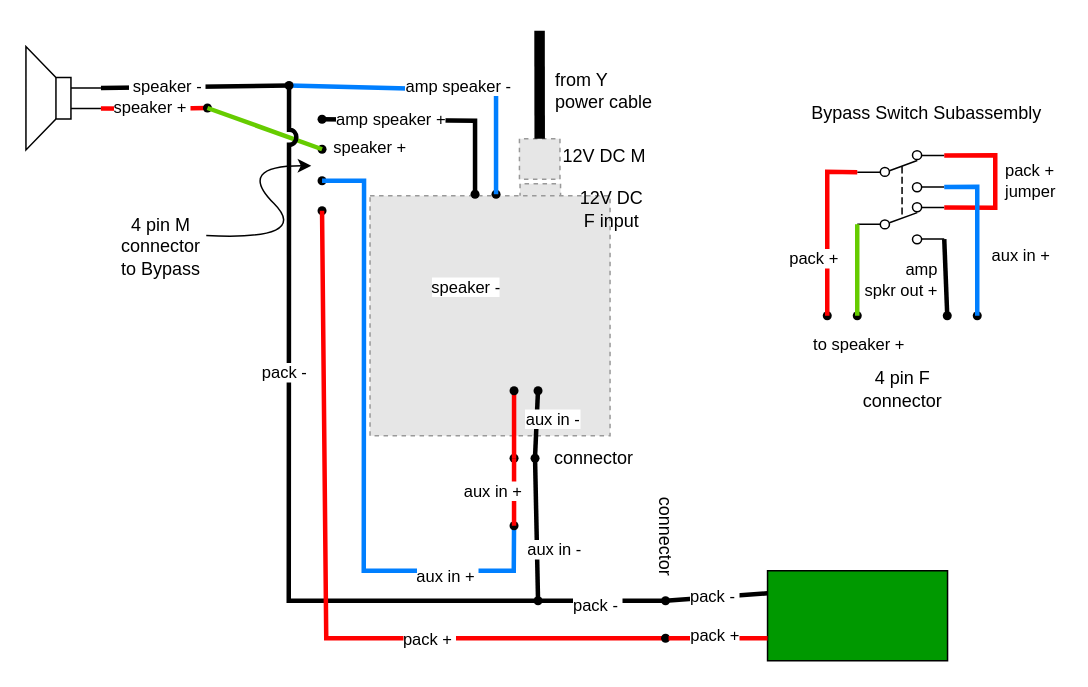
Above: amp-audio/Amp Audio.drawio in j5bot/proton-pack-wiring (draw.io), before the change. Source tidied: cells renumbered, new cells numbered last; positions are measured from the earlier drawing's top-left corner, leaving out a move shared by most shapes. Both pictures are drawn from the tidied source at 150%, with x=0, y=0 at pixel (26, 0). Pictures stored in the file or linked from it are replaced by grey dashed boxes.
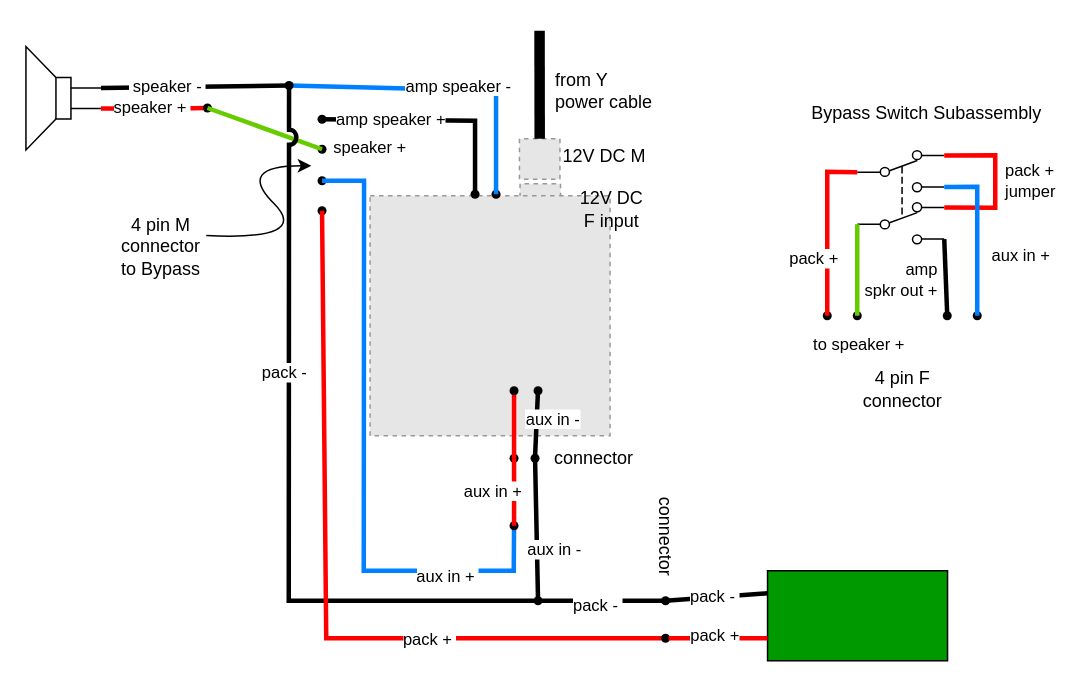
The same page after the edit.

The change refers to these unchanged cells:
```xml
<mxCell id="46" style="endArrow=none;html=1;rounded=0;exitX=1.05;exitY=0.3;exitDx=0;exitDy=0;exitPerimeter=0;entryX=0.35;entryY=0.25;entryDx=0;entryDy=0;entryPerimeter=0;strokeWidth=3;fontColor=#007FFF;strokeColor=#007FFF;" parent="1" edge="1" source="78">
  <mxGeometry relative="1" as="geometry">
    <mxPoint x="197.2" y="120" as="targetPoint" />
    <Array as="points">
      <mxPoint x="325" y="380" />
      <mxPoint x="225" y="380" />
      <mxPoint x="225.2" y="120" />
    </Array>
  </mxGeometry>
</mxCell>
```

Diff of the diagram source:
```diff
@@
-    <mxCell id="47" value="speaker -" style="edgeLabel;html=1;align=center;verticalAlign=middle;" parent="46" vertex="1">
-      <mxGeometry x="0.54" y="-3" relative="1" as="geometry">
-        <mxPoint x="64" y="2" as="offset" />
-      </mxGeometry>
-    </mxCell>
```
